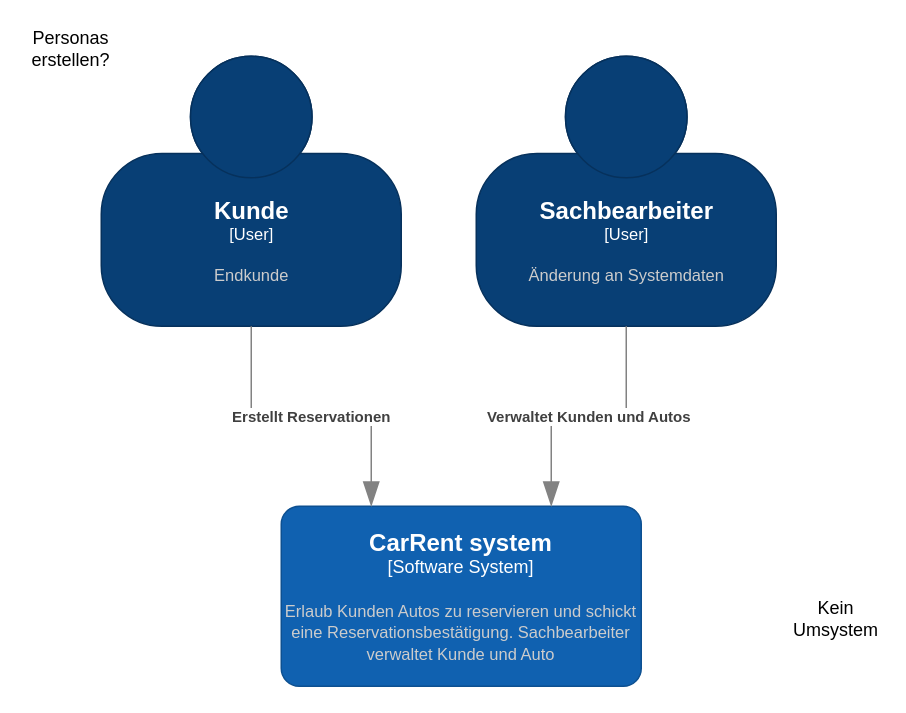
This is page "Context" (1 of 4) of docs/C4.drawio from JoelSchlegel/Auto-Vermietung, a draw.io file, before an edit. Source tidied: cells renumbered, new cells numbered last; positions are measured from the earlier drawing's top-left corner, leaving out a move shared by most shapes. Both pictures are drawn from the tidied source at 150%, with x=0, y=0 at pixel (26, 26).
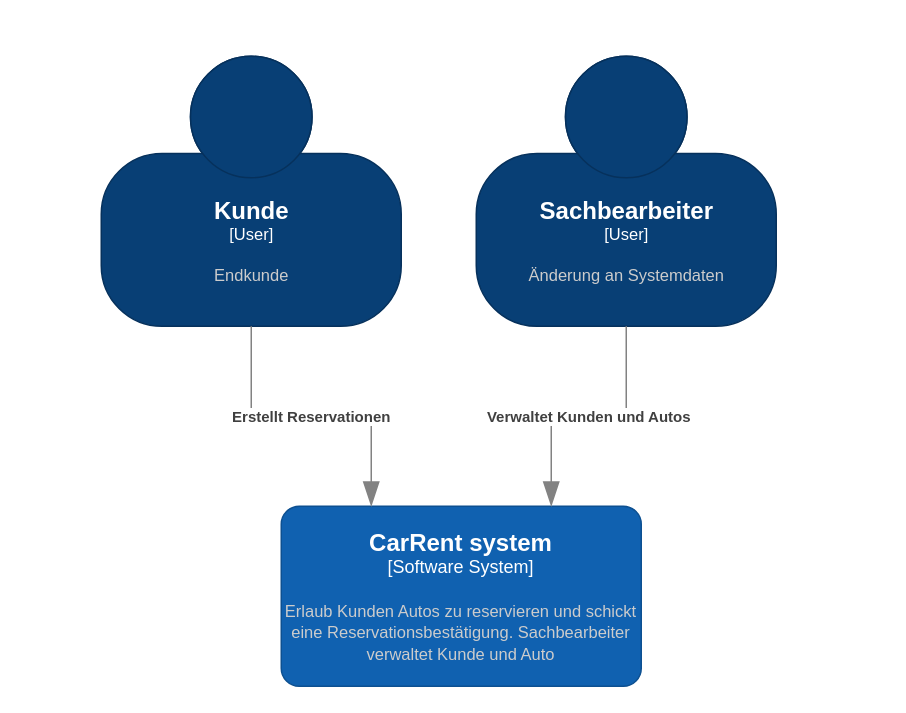
The same diagram, later.

Diff of the diagram source:
```diff
@@
 <mxGraphModel>
   <root>
     <mxCell id="0" />
     <mxCell id="1" parent="0" />
     <object id="2" label="&lt;font style=&quot;font-size: 16px&quot;&gt;&lt;b&gt;%c4Name%&lt;/b&gt;&lt;/font&gt;&lt;div&gt;[%c4Type%]&lt;/div&gt;&lt;br&gt;&lt;div&gt;&lt;font style=&quot;font-size: 11px&quot;&gt;&lt;font color=&quot;#cccccc&quot;&gt;%c4Description%&lt;/font&gt;&lt;/div&gt;" c4Description="Endkunde" c4Name="Kunde" c4Type="User" placeholders="1">
       <mxCell style="html=1;fontSize=11;dashed=0;whitespace=wrap;fillColor=#083F75;strokeColor=#06315C;fontColor=#ffffff;shape=mxgraph.c4.person2;align=center;points=[[0.5,0,0],[1,0.5,0],[1,0.75,0],[0.75,1,0],[0.5,1,0],[0.25,1,0],[0,0.75,0],[0,0.5,0]];" parent="1" vertex="1">
         <mxGeometry x="50" y="20" width="200" height="180" as="geometry" />
       </mxCell>
     </object>
     <object id="3" label="&lt;font style=&quot;font-size: 16px&quot;&gt;&lt;b&gt;%c4Name%&lt;/b&gt;&lt;/font&gt;&lt;div&gt;[%c4Type%]&lt;/div&gt;&lt;br&gt;&lt;div&gt;&lt;font style=&quot;font-size: 11px&quot;&gt;&lt;font color=&quot;#cccccc&quot;&gt;%c4Description%&lt;/font&gt;&lt;/div&gt;" c4Description="Erlaub Kunden Autos zu reservieren und schickt eine Reservationsbestätigung. Sachbearbeiter verwaltet Kunde und Auto" c4Name="CarRent system" c4Type="Software System" placeholders="1">
       <mxCell style="rounded=1;whiteSpace=wrap;html=1;labelBackgroundColor=none;fillColor=#1061B0;fontColor=#ffffff;align=center;arcSize=10;strokeColor=#0D5091;points=[[0.25,0,0],[0.5,0,0],[0.75,0,0],[1,0.25,0],[1,0.5,0],[1,0.75,0],[0.75,1,0],[0.5,1,0],[0.25,1,0],[0,0.75,0],[0,0.5,0],[0,0.25,0]];" parent="1" vertex="1">
         <mxGeometry x="170" y="320" width="240" height="120" as="geometry" />
       </mxCell>
     </object>
     <object id="4" label="&lt;font style=&quot;font-size: 16px&quot;&gt;&lt;b&gt;%c4Name%&lt;/b&gt;&lt;/font&gt;&lt;div&gt;[%c4Type%]&lt;/div&gt;&lt;br&gt;&lt;div&gt;&lt;font style=&quot;font-size: 11px&quot;&gt;&lt;font color=&quot;#cccccc&quot;&gt;%c4Description%&lt;/font&gt;&lt;/div&gt;" c4Description="Änderung an Systemdaten" c4Name="Sachbearbeiter" c4Type="User" placeholders="1">
       <mxCell style="html=1;fontSize=11;dashed=0;whitespace=wrap;fillColor=#083F75;strokeColor=#06315C;fontColor=#ffffff;shape=mxgraph.c4.person2;align=center;points=[[0.5,0,0],[1,0.5,0],[1,0.75,0],[0.75,1,0],[0.5,1,0],[0.25,1,0],[0,0.75,0],[0,0.5,0]];" parent="1" vertex="1">
         <mxGeometry x="300" y="20" width="200" height="180" as="geometry" />
       </mxCell>
     </object>
     <object id="5" label="&lt;div style=&quot;text-align: left&quot;&gt;&lt;div style=&quot;text-align: center&quot;&gt;&lt;b&gt;%c4Description%&lt;/b&gt;&lt;/div&gt;" c4Description="Erstellt Reservationen" placeholders="1">
       <mxCell style="endArrow=blockThin;html=1;fontSize=10;fontColor=#404040;strokeWidth=1;endFill=1;strokeColor=#828282;elbow=vertical;endSize=14;startSize=14;jumpStyle=arc;jumpSize=16;rounded=0;edgeStyle=orthogonalEdgeStyle;exitX=0.5;exitY=1;exitDx=0;exitDy=0;exitPerimeter=0;entryX=0.25;entryY=0;entryDx=0;entryDy=0;entryPerimeter=0;" parent="1" edge="1" source="2" target="3">
         <mxGeometry relative="1" as="geometry" />
       </mxCell>
     </object>
     <object id="6" label="&lt;div style=&quot;text-align: left&quot;&gt;&lt;div style=&quot;text-align: center&quot;&gt;&lt;b&gt;%c4Description%&lt;/b&gt;&lt;/div&gt;" c4Description="Verwaltet Kunden und Autos" placeholders="1">
       <mxCell style="endArrow=blockThin;html=1;fontSize=10;fontColor=#404040;strokeWidth=1;endFill=1;strokeColor=#828282;elbow=vertical;endSize=14;startSize=14;jumpStyle=arc;jumpSize=16;rounded=0;edgeStyle=orthogonalEdgeStyle;exitX=0.5;exitY=1;exitDx=0;exitDy=0;exitPerimeter=0;entryX=0.75;entryY=0;entryDx=0;entryDy=0;entryPerimeter=0;" parent="1" edge="1" source="4" target="3">
         <mxGeometry relative="1" as="geometry" />
       </mxCell>
     </object>
-    <mxCell id="7" value="Personas erstellen?" style="text;html=1;strokeColor=none;fillColor=none;align=center;verticalAlign=middle;whiteSpace=wrap;rounded=0;" parent="1" vertex="1">
-      <mxGeometry width="60" height="30" as="geometry" />
-    </mxCell>
-    <mxCell id="8" value="Kein Umsystem" style="text;html=1;strokeColor=none;fillColor=none;align=center;verticalAlign=middle;whiteSpace=wrap;rounded=0;" parent="1" vertex="1">
-      <mxGeometry x="510" y="380" width="60" height="30" as="geometry" />
-    </mxCell>
   </root>
 </mxGraphModel>
```
